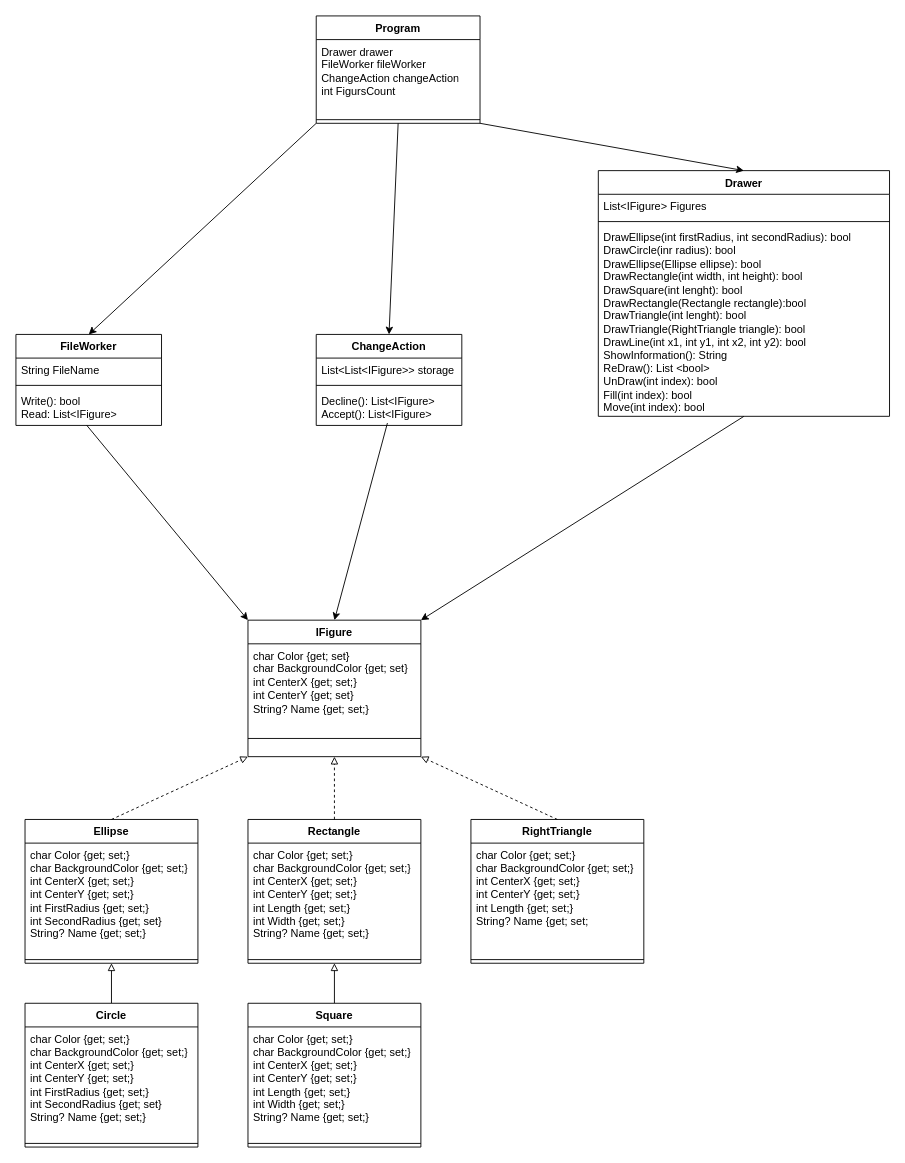
Earlier version of the draw.io diagram LR1/Uml.drawio (Steopik/OOP-Labs). Source tidied: cells renumbered, new cells numbered last; positions are measured from the earlier drawing's top-left corner, leaving out a move shared by most shapes. Both pictures are drawn from the tidied source at 91%, with x=0, y=0 at pixel (15, 15).
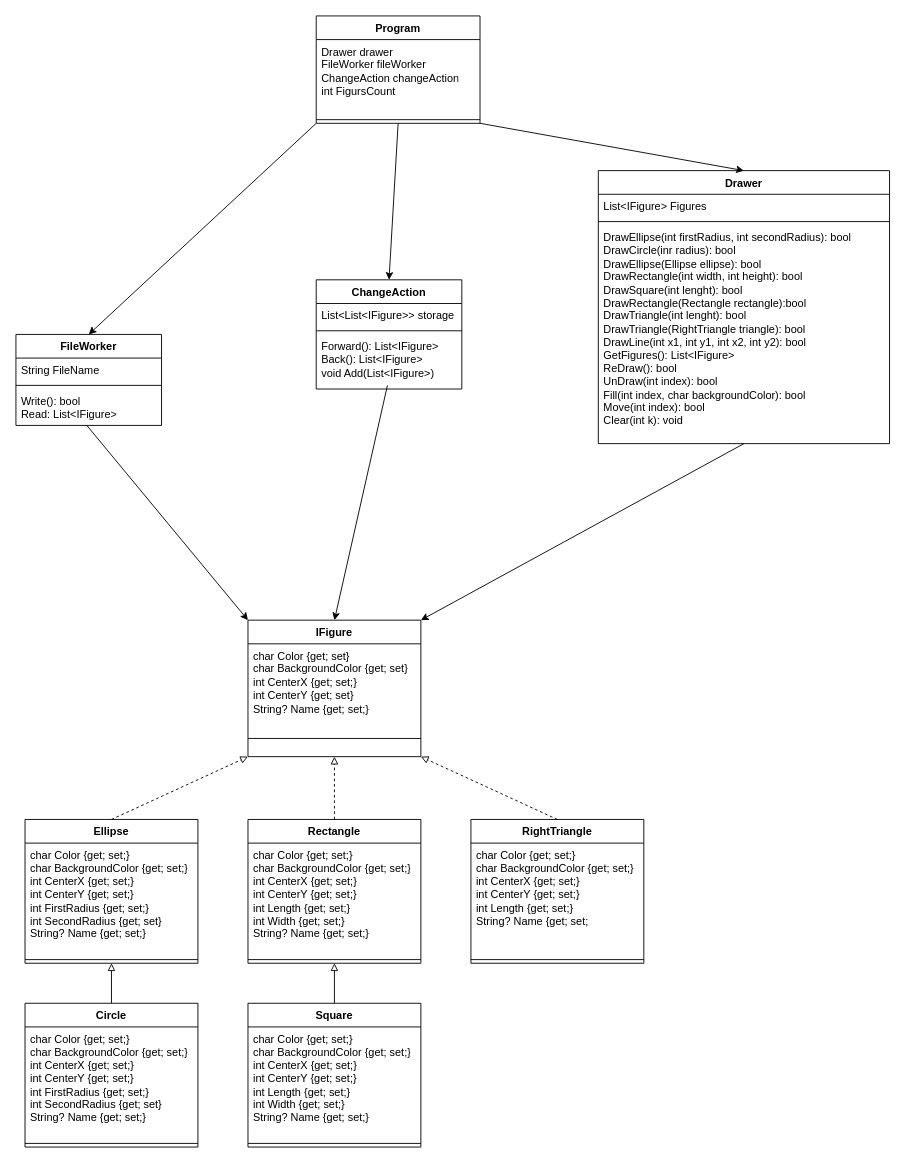
Above is the later version.

What changed in the source:
```diff
@@
     <mxCell id="25" value="Drawer" style="swimlane;fontStyle=1;align=center;verticalAlign=top;horizontal=1;startSize=26;whiteSpace=wrap;html=1;" parent="1" vertex="1">
-      <mxGeometry x="640" y="170" width="320" height="270" as="geometry" />
+      <mxGeometry x="640" y="170" width="320" height="300" as="geometry" />
     </mxCell>
@@
-    <mxCell id="28" value="&lt;div&gt;DrawEllipse(int firstRadius, int secondRadius): bool&lt;/div&gt;&lt;div&gt;DrawCircle(inr radius): bool&lt;/div&gt;&lt;div&gt;DrawEllipse(Ellipse ellipse): bool &lt;br&gt;&lt;/div&gt;&lt;div&gt;DrawRectangle(int width, int height): bool&lt;/div&gt;&lt;div&gt;DrawSquare(int lenght): bool&lt;/div&gt;&lt;div&gt;DrawRectangle(Rectangle rectangle):bool&lt;/div&gt;&lt;div&gt;DrawTriangle(int lenght): bool&lt;/div&gt;&lt;div&gt;DrawTriangle(RightTriangle triangle): bool &lt;br&gt;&lt;/div&gt;&lt;div&gt;DrawLine(int x1, int y1, int x2, int y2): bool&lt;/div&gt;&lt;div&gt;ShowInformation(): String&lt;/div&gt;&lt;div&gt;ReDraw(): List &amp;lt;bool&amp;gt;&lt;/div&gt;&lt;div&gt;UnDraw(int index): bool&lt;/div&gt;&lt;div&gt;Fill(int index): bool&lt;/div&gt;&lt;div&gt;Move(int index): bool&lt;/div&gt;" style="text;strokeColor=none;fillColor=none;align=left;verticalAlign=top;spacingLeft=4;spacingRight=4;overflow=hidden;whiteSpace=wrap;html=1;" parent="25" vertex="1">
-      <mxGeometry y="60" width="320" height="210" as="geometry" />
+    <mxCell id="28" value="&lt;div&gt;DrawEllipse(int firstRadius, int secondRadius): bool&lt;/div&gt;&lt;div&gt;DrawCircle(inr radius): bool&lt;/div&gt;&lt;div&gt;DrawEllipse(Ellipse ellipse): bool &lt;br&gt;&lt;/div&gt;&lt;div&gt;DrawRectangle(int width, int height): bool&lt;/div&gt;&lt;div&gt;DrawSquare(int lenght): bool&lt;/div&gt;&lt;div&gt;DrawRectangle(Rectangle rectangle):bool&lt;/div&gt;&lt;div&gt;DrawTriangle(int lenght): bool&lt;/div&gt;&lt;div&gt;DrawTriangle(RightTriangle triangle): bool &lt;br&gt;&lt;/div&gt;&lt;div&gt;DrawLine(int x1, int y1, int x2, int y2): bool&lt;/div&gt;&lt;div&gt;GetFigures(): List&amp;lt;IFigure&amp;gt;&lt;/div&gt;&lt;div&gt;ReDraw(): bool&lt;/div&gt;&lt;div&gt;UnDraw(int index): bool&lt;/div&gt;&lt;div&gt;Fill(int index, char backgroundColor): bool&lt;/div&gt;&lt;div&gt;Move(int index): bool&lt;/div&gt;&lt;div&gt;Clear(int k): void&lt;/div&gt;" style="text;strokeColor=none;fillColor=none;align=left;verticalAlign=top;spacingLeft=4;spacingRight=4;overflow=hidden;whiteSpace=wrap;html=1;" parent="25" vertex="1">
+      <mxGeometry y="60" width="320" height="240" as="geometry" />
     </mxCell>
@@
     <mxCell id="33" value="ChangeAction" style="swimlane;fontStyle=1;align=center;verticalAlign=top;horizontal=1;startSize=26;whiteSpace=wrap;html=1;" parent="1" vertex="1">
-      <mxGeometry x="330" y="350" width="160" height="100" as="geometry" />
+      <mxGeometry x="330" y="290" width="160" height="120" as="geometry" />
     </mxCell>
@@
-    <mxCell id="36" value="&lt;div&gt;Decline(): List&amp;lt;IFigure&amp;gt;&lt;/div&gt;&lt;div&gt;Accept(): List&amp;lt;IFigure&amp;gt;&lt;/div&gt;" style="text;strokeColor=none;fillColor=none;align=left;verticalAlign=top;spacingLeft=4;spacingRight=4;overflow=hidden;points=[[0,0.5],[1,0.5]];portConstraint=eastwest;whiteSpace=wrap;html=1;" parent="33" vertex="1">
-      <mxGeometry y="60" width="160" height="40" as="geometry" />
+    <mxCell id="36" value="&lt;div&gt;Forward(): List&amp;lt;IFigure&amp;gt;&lt;/div&gt;&lt;div&gt;Back(): List&amp;lt;IFigure&amp;gt;&lt;/div&gt;&lt;div&gt;void Add(List&amp;lt;IFigure&amp;gt;)&lt;/div&gt;" style="text;strokeColor=none;fillColor=none;align=left;verticalAlign=top;spacingLeft=4;spacingRight=4;overflow=hidden;points=[[0,0.5],[1,0.5]];portConstraint=eastwest;whiteSpace=wrap;html=1;" parent="33" vertex="1">
+      <mxGeometry y="60" width="160" height="60" as="geometry" />
     </mxCell>
```
